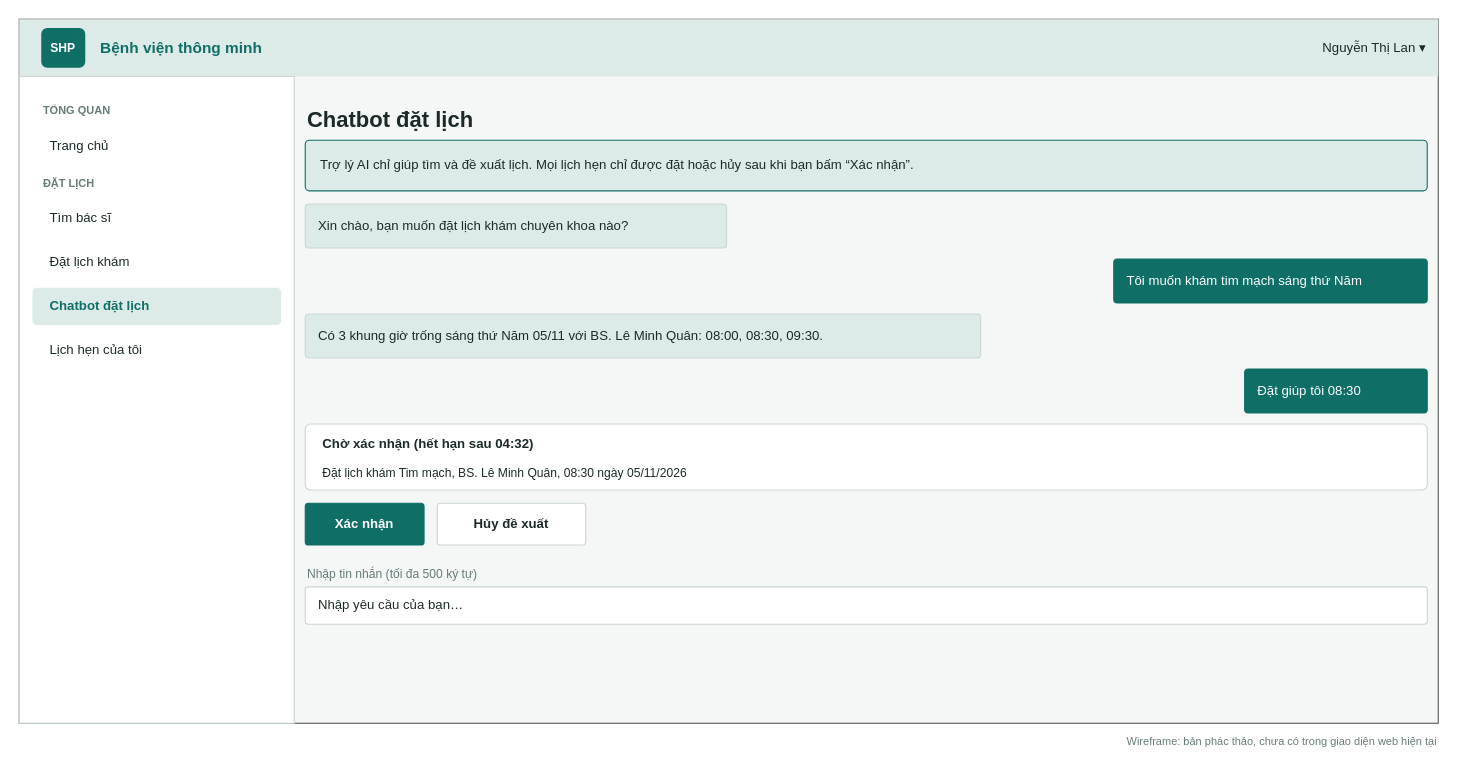
viethung12062005/smart-hospital-platform keeps this draw.io diagram as page "Booking chatbot" (4 of 17) of docs/02-requirements/srs/dist/diagrams/06-wireframes.drawio. Above is the earlier version. Source tidied: cells renumbered, new cells numbered last; positions are measured from the earlier drawing's top-left corner, leaving out a move shared by most shapes. Both pictures are drawn from the tidied source at 110%, with x=0, y=0 at pixel (19, 19).
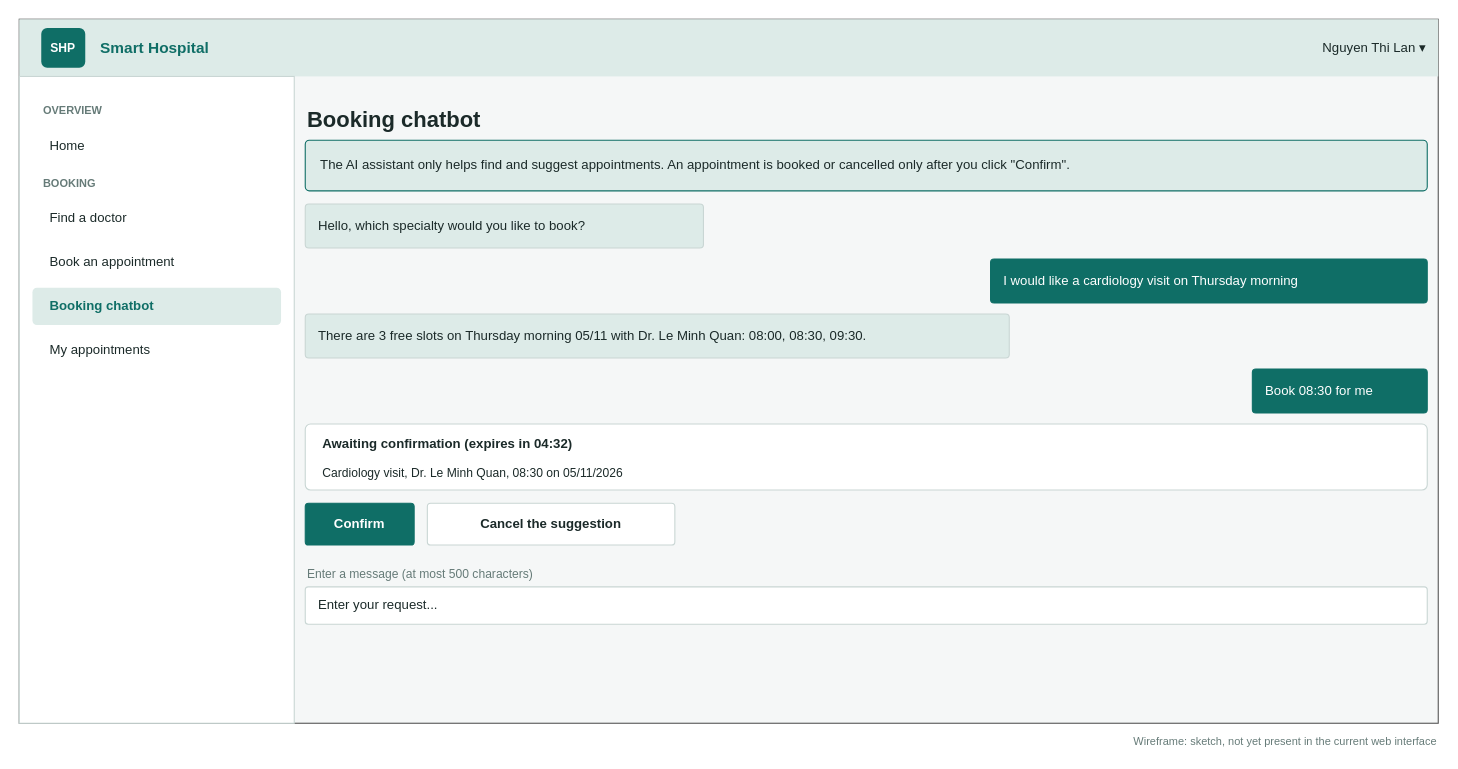
The same page after the edit.

The edit, as a diff of the source:
```diff
@@
-    <mxCell id="5" value="&lt;b&gt;Bệnh viện thông minh&lt;/b&gt;" style="text;html=1;align=left;verticalAlign=middle;fontSize=14;fontColor=#0F6E66;" parent="1" vertex="1">
+    <mxCell id="5" value="&lt;b&gt;Smart Hospital&lt;/b&gt;" style="text;html=1;align=left;verticalAlign=middle;fontSize=14;fontColor=#0F6E66;" parent="1" vertex="1">
       <mxGeometry x="72" y="8" width="260" height="36" as="geometry" />
     </mxCell>
-    <mxCell id="6" value="Nguyễn Thị Lan   ▾" style="text;html=1;align=right;verticalAlign=middle;fontSize=12;fontColor=#1B2A29;" parent="1" vertex="1">
+    <mxCell id="6" value="Nguyen Thi Lan   ▾" style="text;html=1;align=right;verticalAlign=middle;fontSize=12;fontColor=#1B2A29;" parent="1" vertex="1">
       <mxGeometry x="950" y="8" width="330" height="36" as="geometry" />
     </mxCell>
@@
-    <mxCell id="8" value="TỔNG QUAN" style="text;html=1;align=left;verticalAlign=middle;fontSize=10;fontColor=#667B78;fontStyle=1;" parent="1" vertex="1">
+    <mxCell id="8" value="OVERVIEW" style="text;html=1;align=left;verticalAlign=middle;fontSize=10;fontColor=#667B78;fontStyle=1;" parent="1" vertex="1">
       <mxGeometry x="20" y="72" width="200" height="22" as="geometry" />
     </mxCell>
-    <mxCell id="9" value="Trang chủ" style="rounded=1;whiteSpace=wrap;html=1;arcSize=12;align=left;spacingLeft=14;fontSize=12;fillColor=#FFFFFF;strokeColor=none;fontColor=#1B2A29;" parent="1" vertex="1">
+    <mxCell id="9" value="Home" style="rounded=1;whiteSpace=wrap;html=1;arcSize=12;align=left;spacingLeft=14;fontSize=12;fillColor=#FFFFFF;strokeColor=none;fontColor=#1B2A29;" parent="1" vertex="1">
       <mxGeometry x="12" y="98" width="226" height="34" as="geometry" />
     </mxCell>
-    <mxCell id="10" value="ĐẶT LỊCH" style="text;html=1;align=left;verticalAlign=middle;fontSize=10;fontColor=#667B78;fontStyle=1;" parent="1" vertex="1">
+    <mxCell id="10" value="BOOKING" style="text;html=1;align=left;verticalAlign=middle;fontSize=10;fontColor=#667B78;fontStyle=1;" parent="1" vertex="1">
       <mxGeometry x="20" y="138" width="200" height="22" as="geometry" />
     </mxCell>
-    <mxCell id="11" value="Tìm bác sĩ" style="rounded=1;whiteSpace=wrap;html=1;arcSize=12;align=left;spacingLeft=14;fontSize=12;fillColor=#FFFFFF;strokeColor=none;fontColor=#1B2A29;" parent="1" vertex="1">
+    <mxCell id="11" value="Find a doctor" style="rounded=1;whiteSpace=wrap;html=1;arcSize=12;align=left;spacingLeft=14;fontSize=12;fillColor=#FFFFFF;strokeColor=none;fontColor=#1B2A29;" parent="1" vertex="1">
       <mxGeometry x="12" y="164" width="226" height="34" as="geometry" />
     </mxCell>
-    <mxCell id="12" value="Đặt lịch khám" style="rounded=1;whiteSpace=wrap;html=1;arcSize=12;align=left;spacingLeft=14;fontSize=12;fillColor=#FFFFFF;strokeColor=none;fontColor=#1B2A29;" parent="1" vertex="1">
+    <mxCell id="12" value="Book an appointment" style="rounded=1;whiteSpace=wrap;html=1;arcSize=12;align=left;spacingLeft=14;fontSize=12;fillColor=#FFFFFF;strokeColor=none;fontColor=#1B2A29;" parent="1" vertex="1">
       <mxGeometry x="12" y="204" width="226" height="34" as="geometry" />
     </mxCell>
-    <mxCell id="13" value="Chatbot đặt lịch" style="rounded=1;whiteSpace=wrap;html=1;arcSize=12;align=left;spacingLeft=14;fontSize=12;fillColor=#DDEBE8;strokeColor=none;fontColor=#0F6E66;fontStyle=1;" parent="1" vertex="1">
+    <mxCell id="13" value="Booking chatbot" style="rounded=1;whiteSpace=wrap;html=1;arcSize=12;align=left;spacingLeft=14;fontSize=12;fillColor=#DDEBE8;strokeColor=none;fontColor=#0F6E66;fontStyle=1;" parent="1" vertex="1">
       <mxGeometry x="12" y="244" width="226" height="34" as="geometry" />
     </mxCell>
-    <mxCell id="14" value="Lịch hẹn của tôi" style="rounded=1;whiteSpace=wrap;html=1;arcSize=12;align=left;spacingLeft=14;fontSize=12;fillColor=#FFFFFF;strokeColor=none;fontColor=#1B2A29;" parent="1" vertex="1">
+    <mxCell id="14" value="My appointments" style="rounded=1;whiteSpace=wrap;html=1;arcSize=12;align=left;spacingLeft=14;fontSize=12;fillColor=#FFFFFF;strokeColor=none;fontColor=#1B2A29;" parent="1" vertex="1">
       <mxGeometry x="12" y="284" width="226" height="34" as="geometry" />
     </mxCell>
-    <mxCell id="15" value="Wireframe: bản phác thảo, chưa có trong giao diện web hiện tại" style="text;html=1;align=right;fontSize=10;fontColor=#667B78;" parent="1" vertex="1">
+    <mxCell id="15" value="Wireframe: sketch, not yet present in the current web interface" style="text;html=1;align=right;fontSize=10;fontColor=#667B78;" parent="1" vertex="1">
       <mxGeometry x="850" y="644" width="440" height="20" as="geometry" />
     </mxCell>
-    <mxCell id="16" value="Chatbot đặt lịch" style="text;html=1;align=left;verticalAlign=middle;whiteSpace=wrap;fontSize=20;fontColor=#1B2A29;fontStyle=1;" parent="1" vertex="1">
+    <mxCell id="16" value="Booking chatbot" style="text;html=1;align=left;verticalAlign=middle;whiteSpace=wrap;fontSize=20;fontColor=#1B2A29;fontStyle=1;" parent="1" vertex="1">
       <mxGeometry x="260" y="72" width="1020" height="36" as="geometry" />
     </mxCell>
-    <mxCell id="17" value="Trợ lý AI chỉ giúp tìm và đề xuất lịch. Mọi lịch hẹn chỉ được đặt hoặc hủy sau khi bạn bấm “Xác nhận”." style="rounded=1;whiteSpace=wrap;html=1;arcSize=8;fillColor=#DDEBE8;strokeColor=#0F6E66;fontSize=12;fontColor=#1B2A29;align=left;spacingLeft=12;" parent="1" vertex="1">
+    <mxCell id="17" value="The AI assistant only helps find and suggest appointments. An appointment is booked or cancelled only after you click &amp;quot;Confirm&amp;quot;." style="rounded=1;whiteSpace=wrap;html=1;arcSize=8;fillColor=#DDEBE8;strokeColor=#0F6E66;fontSize=12;fontColor=#1B2A29;align=left;spacingLeft=12;" parent="1" vertex="1">
       <mxGeometry x="260" y="110" width="1020" height="46" as="geometry" />
     </mxCell>
-    <mxCell id="18" value="Xin chào, bạn muốn đặt lịch khám chuyên khoa nào?" style="rounded=1;whiteSpace=wrap;html=1;arcSize=8;fillColor=#DDEBE8;strokeColor=#C9D6D4;fontSize=12;fontColor=#1B2A29;fontColor=#1B2A29;align=left;spacingLeft=10;" parent="1" vertex="1">
-      <mxGeometry x="260" y="168" width="383" height="40" as="geometry" />
+    <mxCell id="18" value="Hello, which specialty would you like to book?" style="rounded=1;whiteSpace=wrap;html=1;arcSize=8;fillColor=#DDEBE8;strokeColor=#C9D6D4;fontSize=12;fontColor=#1B2A29;fontColor=#1B2A29;align=left;spacingLeft=10;" parent="1" vertex="1">
+      <mxGeometry x="260" y="168" width="362" height="40" as="geometry" />
     </mxCell>
-    <mxCell id="19" value="Tôi muốn khám tim mạch sáng thứ Năm" style="rounded=1;whiteSpace=wrap;html=1;arcSize=8;fillColor=#0F6E66;strokeColor=#0F6E66;fontSize=12;fontColor=#1B2A29;fontColor=#FFFFFF;align=left;spacingLeft=10;" parent="1" vertex="1">
-      <mxGeometry x="995" y="218" width="285" height="40" as="geometry" />
+    <mxCell id="19" value="I would like a cardiology visit on Thursday morning" style="rounded=1;whiteSpace=wrap;html=1;arcSize=8;fillColor=#0F6E66;strokeColor=#0F6E66;fontSize=12;fontColor=#1B2A29;fontColor=#FFFFFF;align=left;spacingLeft=10;" parent="1" vertex="1">
+      <mxGeometry x="883" y="218" width="397" height="40" as="geometry" />
     </mxCell>
-    <mxCell id="20" value="Có 3 khung giờ trống sáng thứ Năm 05/11 với BS. Lê Minh Quân: 08:00, 08:30, 09:30." style="rounded=1;whiteSpace=wrap;html=1;arcSize=8;fillColor=#DDEBE8;strokeColor=#C9D6D4;fontSize=12;fontColor=#1B2A29;fontColor=#1B2A29;align=left;spacingLeft=10;" parent="1" vertex="1">
-      <mxGeometry x="260" y="268" width="614" height="40" as="geometry" />
+    <mxCell id="20" value="There are 3 free slots on Thursday morning 05/11 with Dr. Le Minh Quan: 08:00, 08:30, 09:30." style="rounded=1;whiteSpace=wrap;html=1;arcSize=8;fillColor=#DDEBE8;strokeColor=#C9D6D4;fontSize=12;fontColor=#1B2A29;fontColor=#1B2A29;align=left;spacingLeft=10;" parent="1" vertex="1">
+      <mxGeometry x="260" y="268" width="640" height="40" as="geometry" />
     </mxCell>
-    <mxCell id="21" value="Đặt giúp tôi 08:30" style="rounded=1;whiteSpace=wrap;html=1;arcSize=8;fillColor=#0F6E66;strokeColor=#0F6E66;fontSize=12;fontColor=#1B2A29;fontColor=#FFFFFF;align=left;spacingLeft=10;" parent="1" vertex="1">
-      <mxGeometry x="1114" y="318" width="166" height="40" as="geometry" />
+    <mxCell id="21" value="Book 08:30 for me" style="rounded=1;whiteSpace=wrap;html=1;arcSize=8;fillColor=#0F6E66;strokeColor=#0F6E66;fontSize=12;fontColor=#1B2A29;fontColor=#FFFFFF;align=left;spacingLeft=10;" parent="1" vertex="1">
+      <mxGeometry x="1121" y="318" width="159" height="40" as="geometry" />
     </mxCell>
@@
-    <mxCell id="23" value="Chờ xác nhận (hết hạn sau 04:32)" style="text;html=1;align=left;verticalAlign=middle;whiteSpace=wrap;fontSize=12;fontColor=#1B2A29;fontStyle=1;" parent="1" vertex="1">
+    <mxCell id="23" value="Awaiting confirmation (expires in 04:32)" style="text;html=1;align=left;verticalAlign=middle;whiteSpace=wrap;fontSize=12;fontColor=#1B2A29;fontStyle=1;" parent="1" vertex="1">
       <mxGeometry x="274" y="374" width="992" height="24" as="geometry" />
     </mxCell>
-    <mxCell id="24" value="Đặt lịch khám Tim mạch, BS. Lê Minh Quân, 08:30 ngày 05/11/2026" style="text;html=1;align=left;verticalAlign=middle;whiteSpace=wrap;fontSize=11;fontColor=#1B2A29;" parent="1" vertex="1">
+    <mxCell id="24" value="Cardiology visit, Dr. Le Minh Quan, 08:30 on 05/11/2026" style="text;html=1;align=left;verticalAlign=middle;whiteSpace=wrap;fontSize=11;fontColor=#1B2A29;" parent="1" vertex="1">
       <mxGeometry x="274" y="402" width="992" height="22" as="geometry" />
     </mxCell>
-    <mxCell id="25" value="Xác nhận" style="rounded=1;whiteSpace=wrap;html=1;arcSize=8;fillColor=#0F6E66;strokeColor=#0F6E66;fontSize=12;fontColor=#1B2A29;fontStyle=1;fontColor=#FFFFFF;" parent="1" vertex="1">
-      <mxGeometry x="260" y="440" width="108" height="38" as="geometry" />
+    <mxCell id="25" value="Confirm" style="rounded=1;whiteSpace=wrap;html=1;arcSize=8;fillColor=#0F6E66;strokeColor=#0F6E66;fontSize=12;fontColor=#1B2A29;fontStyle=1;fontColor=#FFFFFF;" parent="1" vertex="1">
+      <mxGeometry x="260" y="440" width="99" height="38" as="geometry" />
     </mxCell>
-    <mxCell id="26" value="Hủy đề xuất" style="rounded=1;whiteSpace=wrap;html=1;arcSize=8;fillColor=#FFFFFF;strokeColor=#C9D6D4;fontSize=12;fontColor=#1B2A29;fontStyle=1;fontColor=#1B2A29;" parent="1" vertex="1">
-      <mxGeometry x="380" y="440" width="135" height="38" as="geometry" />
+    <mxCell id="26" value="Cancel the suggestion" style="rounded=1;whiteSpace=wrap;html=1;arcSize=8;fillColor=#FFFFFF;strokeColor=#C9D6D4;fontSize=12;fontColor=#1B2A29;fontStyle=1;fontColor=#1B2A29;" parent="1" vertex="1">
+      <mxGeometry x="371" y="440" width="225" height="38" as="geometry" />
     </mxCell>
-    <mxCell id="27" value="Nhập tin nhắn (tối đa 500 ký tự)" style="text;html=1;align=left;verticalAlign=middle;whiteSpace=wrap;fontSize=11;fontColor=#667B78;" parent="1" vertex="1">
+    <mxCell id="27" value="Enter a message (at most 500 characters)" style="text;html=1;align=left;verticalAlign=middle;whiteSpace=wrap;fontSize=11;fontColor=#667B78;" parent="1" vertex="1">
       <mxGeometry x="260" y="494" width="1020" height="20" as="geometry" />
     </mxCell>
-    <mxCell id="28" value="Nhập yêu cầu của bạn…" style="rounded=1;whiteSpace=wrap;html=1;arcSize=8;fillColor=#FFFFFF;strokeColor=#C9D6D4;fontSize=12;fontColor=#1B2A29;align=left;spacingLeft=10;" parent="1" vertex="1">
+    <mxCell id="28" value="Enter your request..." style="rounded=1;whiteSpace=wrap;html=1;arcSize=8;fillColor=#FFFFFF;strokeColor=#C9D6D4;fontSize=12;fontColor=#1B2A29;align=left;spacingLeft=10;" parent="1" vertex="1">
       <mxGeometry x="260" y="516" width="1020" height="34" as="geometry" />
     </mxCell>
```
